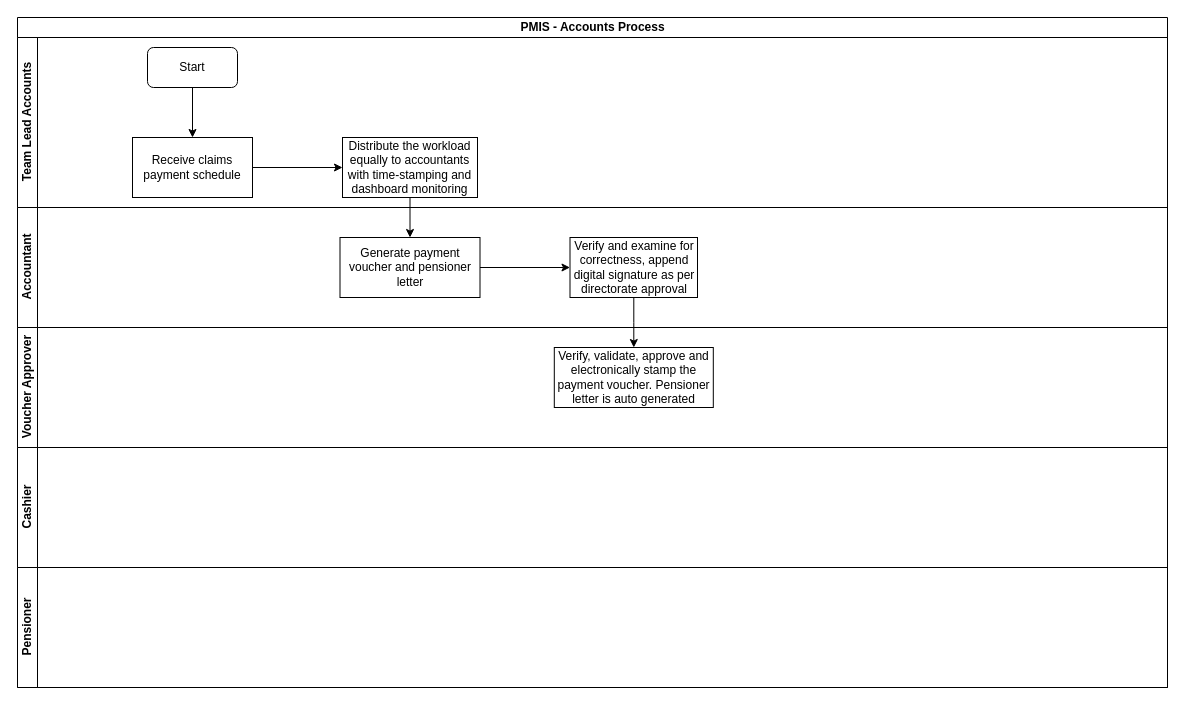
Above: Pension - Accounts.drawio in kmagua/flowcharts (draw.io), before the change. Source tidied: cells renumbered, new cells numbered last; positions are measured from the earlier drawing's top-left corner, leaving out a move shared by most shapes. Both pictures are drawn from the tidied source at 100%, with x=0, y=0 at pixel (17, 17).
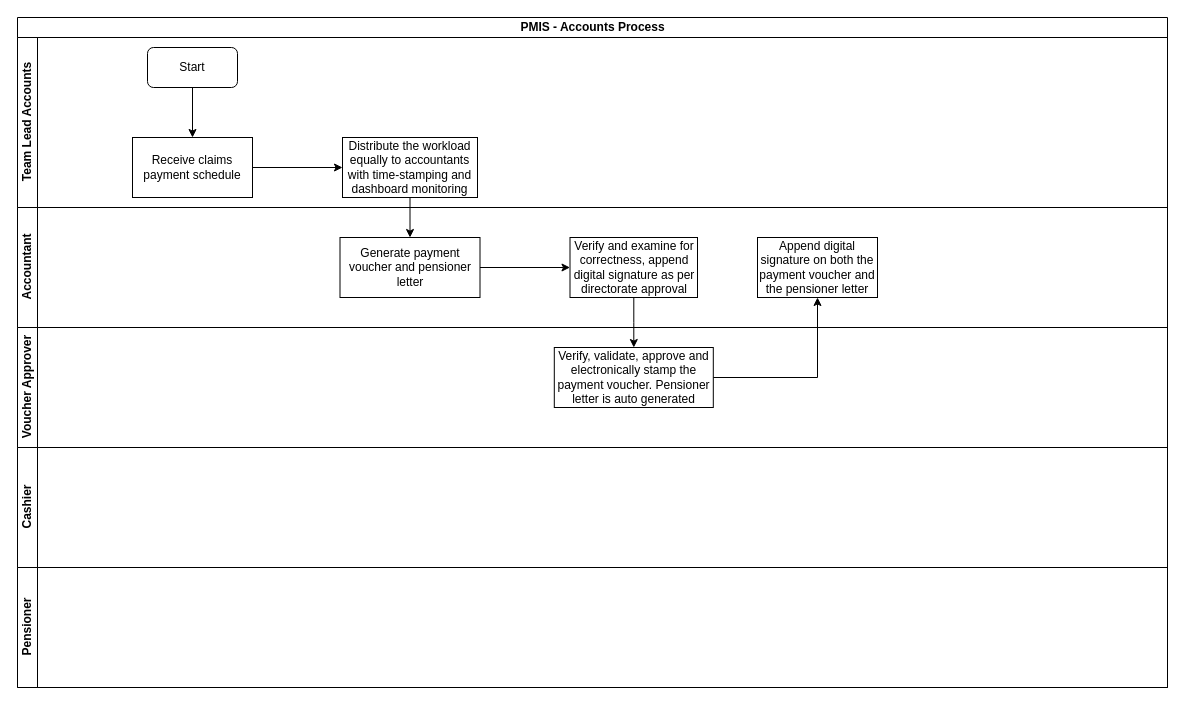
Above is the later version.

Unchanged cells that the change refers to:
```xml
<mxCell id="2" value="PMIS - Accounts Process" style="swimlane;html=1;horizontal=1;startSize=20;" parent="1" vertex="1">
  <mxGeometry width="1150" height="670" as="geometry" />
</mxCell>
<mxCell id="7" value="Accountant" style="swimlane;html=1;startSize=20;horizontal=0;" parent="2" vertex="1">
  <mxGeometry y="190" width="1150" height="120" as="geometry" />
</mxCell>
<mxCell id="10" value="Verify, validate, approve and electronically stamp the payment voucher. Pensioner letter is auto generated" style="whiteSpace=wrap;html=1;rounded=0;" parent="9" vertex="1">
  <mxGeometry x="536.8" y="20" width="159" height="60" as="geometry" />
</mxCell>
```

Change to the diagram source:
```diff
@@
+    <mxCell id="19" value="Append digital signature on both the payment voucher and the pensioner letter" style="whiteSpace=wrap;html=1;rounded=0;" parent="7" vertex="1">
+      <mxGeometry x="740" y="30" width="120" height="60" as="geometry" />
+    </mxCell>
@@
+    <mxCell id="20" style="edgeStyle=orthogonalEdgeStyle;rounded=0;jettySize=auto;html=1;" parent="2" edge="1" source="10" target="19">
+      <mxGeometry relative="1" as="geometry" />
+    </mxCell>
```
